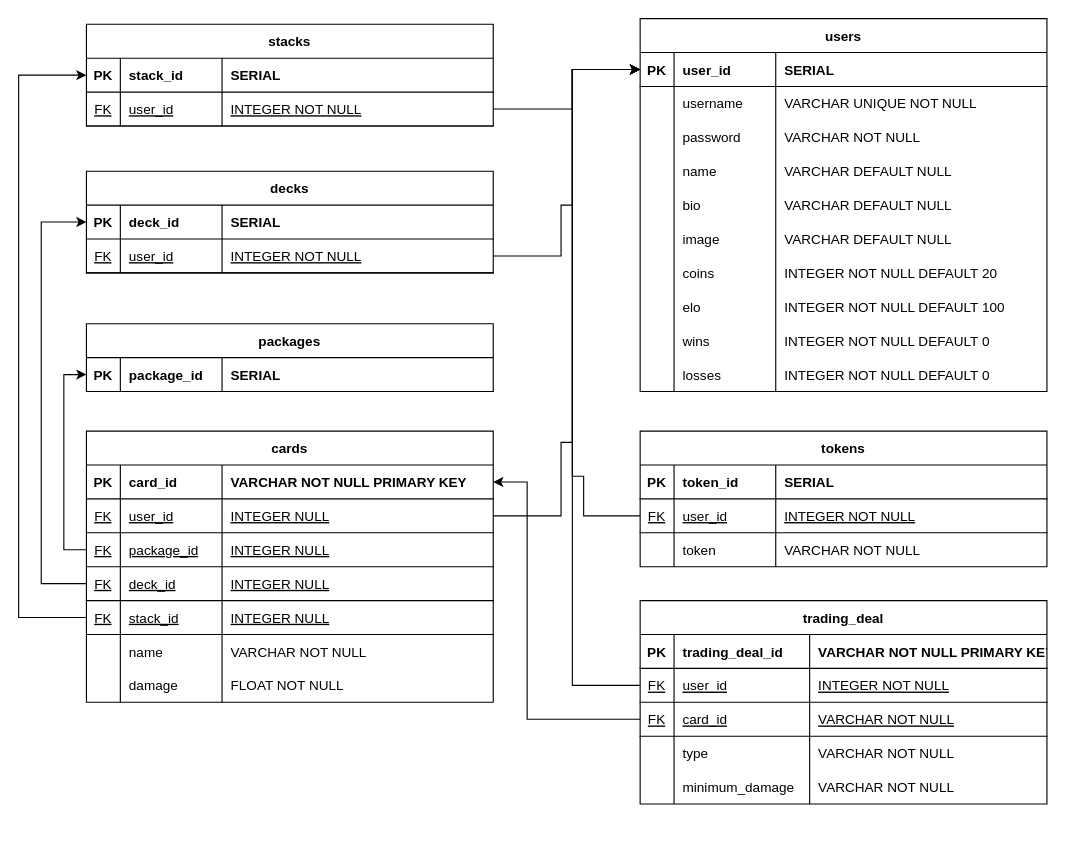
Before: database/EntityRelationshipDiagram.drawio in FelixSchuster/MonsterTradingCardGame, a draw.io diagram. Source tidied: cells renumbered, new cells numbered last; positions are measured from the earlier drawing's top-left corner, leaving out a move shared by most shapes. Both pictures are drawn from the tidied source at 113%, with x=0, y=0 at pixel (18, 18).
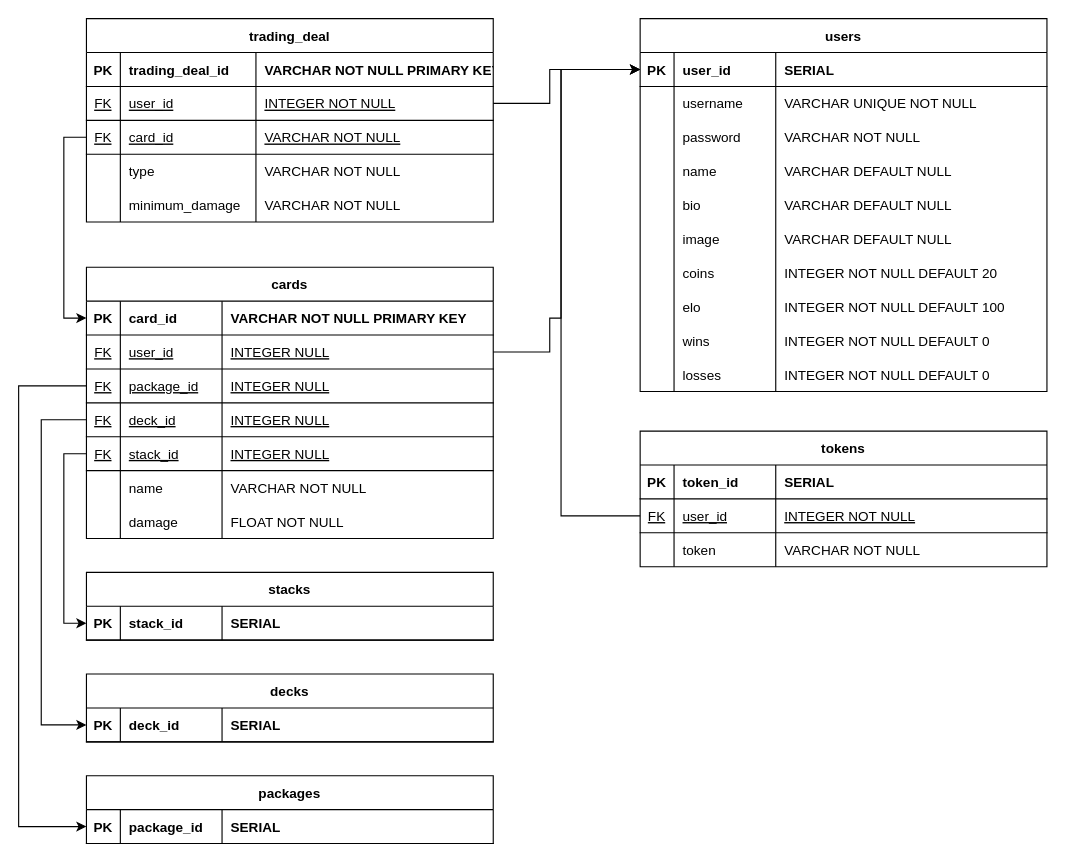
Above is the later version.

The change refers to these unchanged cells:
```xml
<mxCell id="3" style="shape=partialRectangle;fillColor=none;points=[[0,0.5],[1,0.5]];portConstraint=eastwest;top=0;left=0;right=0;bottom=1;" parent="2" vertex="1">
  <mxGeometry y="30" width="360" height="30" as="geometry" />
</mxCell>
<mxCell id="44" style="shape=partialRectangle;fillColor=none;points=[[0,0.5],[1,0.5]];portConstraint=eastwest;top=0;left=0;right=0;bottom=1;" parent="43" vertex="1">
  <mxGeometry y="30" width="360" height="30" as="geometry" />
</mxCell>
<mxCell id="48" style="shape=partialRectangle;fillColor=none;points=[[0,0.5],[1,0.5]];portConstraint=eastwest;top=0;left=0;right=0;bottom=1;" parent="43" vertex="1">
  <mxGeometry y="60" width="360" height="30" as="geometry" />
</mxCell>
<mxCell id="52" style="shape=partialRectangle;fillColor=none;points=[[0,0.5],[1,0.5]];portConstraint=eastwest;top=0;left=0;right=0;bottom=1;" parent="43" vertex="1">
  <mxGeometry y="90" width="360" height="30" as="geometry" />
</mxCell>
<mxCell id="56" style="shape=partialRectangle;fillColor=none;points=[[0,0.5],[1,0.5]];portConstraint=eastwest;top=0;left=0;right=0;bottom=1;" parent="43" vertex="1">
  <mxGeometry y="120" width="360" height="30" as="geometry" />
</mxCell>
<mxCell id="60" style="shape=partialRectangle;fillColor=none;points=[[0,0.5],[1,0.5]];portConstraint=eastwest;top=0;left=0;right=0;bottom=1;" parent="43" vertex="1">
  <mxGeometry y="150" width="360" height="30" as="geometry" />
</mxCell>
<mxCell id="73" style="shape=partialRectangle;fillColor=none;points=[[0,0.5],[1,0.5]];portConstraint=eastwest;top=0;left=0;right=0;bottom=1;" parent="72" vertex="1">
  <mxGeometry y="30" width="360" height="30" as="geometry" />
</mxCell>
<mxCell id="86" style="shape=partialRectangle;fillColor=none;points=[[0,0.5],[1,0.5]];portConstraint=eastwest;top=0;left=0;right=0;bottom=1;" parent="81" vertex="1">
  <mxGeometry y="60" width="360" height="30" as="geometry" />
</mxCell>
<mxCell id="95" style="shape=partialRectangle;fillColor=none;points=[[0,0.5],[1,0.5]];portConstraint=eastwest;top=0;left=0;right=0;bottom=1;" parent="94" vertex="1">
  <mxGeometry y="30" width="360" height="30" as="geometry" />
</mxCell>
<mxCell id="108" style="shape=partialRectangle;fillColor=none;points=[[0,0.5],[1,0.5]];portConstraint=eastwest;top=0;left=0;right=0;bottom=1;" parent="103" vertex="1">
  <mxGeometry y="60" width="360" height="30" as="geometry" />
</mxCell>
<mxCell id="112" style="shape=partialRectangle;fillColor=none;points=[[0,0.5],[1,0.5]];portConstraint=eastwest;top=0;left=0;right=0;bottom=1;" parent="103" vertex="1">
  <mxGeometry y="90" width="360" height="30" as="geometry" />
</mxCell>
<mxCell id="125" style="shape=partialRectangle;fillColor=none;points=[[0,0.5],[1,0.5]];portConstraint=eastwest;top=0;left=0;right=0;bottom=1;" parent="124" vertex="1">
  <mxGeometry y="30" width="360" height="30" as="geometry" />
</mxCell>
```

What changed in the source:
```diff
@@
     <mxCell id="43" value="cards" style="shape=table;startSize=30;childLayout=tableLayout;rowLines=0;fontStyle=1;align=center;" parent="1" vertex="1">
-      <mxGeometry x="60" y="365" width="360" height="240" as="geometry" />
+      <mxGeometry x="60" y="220" width="360" height="240" as="geometry" />
     </mxCell>
@@
     <mxCell id="72" value="stacks" style="shape=table;startSize=30;childLayout=tableLayout;rowLines=0;fontStyle=1;align=center;" parent="1" vertex="1">
-      <mxGeometry x="60" y="5" width="360" height="90" as="geometry" />
+      <mxGeometry x="60" y="490" width="360" height="60" as="geometry" />
     </mxCell>
@@
-    <mxCell id="77" style="shape=partialRectangle;fillColor=none;points=[[0,0.5],[1,0.5]];portConstraint=eastwest;top=0;left=0;right=0;bottom=1;" parent="72" vertex="1">
-      <mxGeometry y="60" width="360" height="30" as="geometry" />
-    </mxCell>
-    <mxCell id="78" value="FK" style="shape=partialRectangle;overflow=hidden;fillColor=none;top=0;left=0;bottom=0;right=0;fontStyle=4;" parent="77" vertex="1">
-      <mxGeometry width="30" height="30" as="geometry" />
-    </mxCell>
-    <mxCell id="79" value="user_id" style="shape=partialRectangle;overflow=hidden;fillColor=none;top=0;left=0;bottom=0;right=0;align=left;spacingLeft=6;fontStyle=4;" parent="77" vertex="1">
-      <mxGeometry x="30" width="90" height="30" as="geometry" />
-    </mxCell>
-    <mxCell id="80" value="INTEGER NOT NULL" style="shape=partialRectangle;overflow=hidden;fillColor=none;top=0;left=0;bottom=0;right=0;align=left;spacingLeft=6;fontStyle=4;" parent="77" vertex="1">
-      <mxGeometry x="120" width="240" height="30" as="geometry" />
-    </mxCell>
@@
     <mxCell id="94" value="decks" style="shape=table;startSize=30;childLayout=tableLayout;rowLines=0;fontStyle=1;align=center;" parent="1" vertex="1">
-      <mxGeometry x="60" y="135" width="360" height="90" as="geometry" />
+      <mxGeometry x="60" y="580" width="360" height="60" as="geometry" />
     </mxCell>
@@
-    <mxCell id="99" style="shape=partialRectangle;fillColor=none;points=[[0,0.5],[1,0.5]];portConstraint=eastwest;top=0;left=0;right=0;bottom=1;" parent="94" vertex="1">
-      <mxGeometry y="60" width="360" height="30" as="geometry" />
-    </mxCell>
-    <mxCell id="100" value="FK" style="shape=partialRectangle;overflow=hidden;fillColor=none;top=0;left=0;bottom=0;right=0;fontStyle=4;" parent="99" vertex="1">
-      <mxGeometry width="30" height="30" as="geometry" />
-    </mxCell>
-    <mxCell id="101" value="user_id" style="shape=partialRectangle;overflow=hidden;fillColor=none;top=0;left=0;bottom=0;right=0;align=left;spacingLeft=6;fontStyle=4;" parent="99" vertex="1">
-      <mxGeometry x="30" width="90" height="30" as="geometry" />
-    </mxCell>
-    <mxCell id="102" value="INTEGER NOT NULL" style="shape=partialRectangle;overflow=hidden;fillColor=none;top=0;left=0;bottom=0;right=0;align=left;spacingLeft=6;fontStyle=4;" parent="99" vertex="1">
-      <mxGeometry x="120" width="240" height="30" as="geometry" />
-    </mxCell>
     <mxCell id="103" value="trading_deal" style="shape=table;startSize=30;childLayout=tableLayout;rowLines=0;fontStyle=1;align=center;" parent="1" vertex="1">
-      <mxGeometry x="550" y="515" width="360" height="180" as="geometry" />
+      <mxGeometry x="60" width="360" height="180" as="geometry" />
     </mxCell>
@@
     <mxCell id="124" value="packages" style="shape=table;startSize=30;childLayout=tableLayout;rowLines=0;fontStyle=1;align=center;" parent="1" vertex="1">
-      <mxGeometry x="60" y="270" width="360" height="60" as="geometry" />
+      <mxGeometry x="60" y="670" width="360" height="60" as="geometry" />
     </mxCell>
@@
+    <mxCell id="136" style="edgeStyle=orthogonalEdgeStyle;rounded=0;jettySize=auto;html=1;exitX=0;exitY=0.5;exitDx=0;exitDy=0;entryX=0;entryY=0.5;entryDx=0;entryDy=0;" parent="1" edge="1" source="60" target="73">
+      <mxGeometry relative="1" as="geometry" />
+    </mxCell>
+    <mxCell id="135" style="edgeStyle=orthogonalEdgeStyle;rounded=0;jettySize=auto;html=1;exitX=0;exitY=0.5;exitDx=0;exitDy=0;entryX=0;entryY=0.5;entryDx=0;entryDy=0;" parent="1" edge="1" source="56" target="95">
+      <mxGeometry relative="1" as="geometry">
+        <Array as="points">
+          <mxPoint x="20" y="355" />
+          <mxPoint x="20" y="625" />
+        </Array>
+      </mxGeometry>
+    </mxCell>
+    <mxCell id="134" style="edgeStyle=orthogonalEdgeStyle;rounded=0;jettySize=auto;html=1;exitX=0;exitY=0.5;exitDx=0;exitDy=0;entryX=0;entryY=0.5;entryDx=0;entryDy=0;" parent="1" edge="1" source="52" target="125">
+      <mxGeometry x="-0.05" y="-40" relative="1" as="geometry">
+        <Array as="points">
+          <mxPoint y="325" />
+          <mxPoint y="715" />
+        </Array>
+      </mxGeometry>
+    </mxCell>
+    <mxCell id="133" style="edgeStyle=orthogonalEdgeStyle;rounded=0;jettySize=auto;html=1;exitX=0;exitY=0.5;exitDx=0;exitDy=0;entryX=0;entryY=0.5;entryDx=0;entryDy=0;" parent="1" edge="1" source="112" target="44">
+      <mxGeometry relative="1" as="geometry" />
+    </mxCell>
+    <mxCell id="130" style="edgeStyle=orthogonalEdgeStyle;rounded=0;jettySize=auto;html=1;exitX=1;exitY=0.5;exitDx=0;exitDy=0;entryX=0;entryY=0.5;entryDx=0;entryDy=0;" parent="1" edge="1" source="108" target="3">
+      <mxGeometry relative="1" as="geometry">
+        <Array as="points">
+          <mxPoint x="470" y="75" />
+          <mxPoint x="470" y="45" />
+        </Array>
+      </mxGeometry>
+    </mxCell>
     <mxCell id="129" style="edgeStyle=orthogonalEdgeStyle;rounded=0;jettySize=auto;html=1;exitX=0;exitY=0.5;exitDx=0;exitDy=0;entryX=0;entryY=0.5;entryDx=0;entryDy=0;" parent="1" edge="1" source="86" target="3">
       <mxGeometry relative="1" as="geometry">
         <Array as="points">
-          <mxPoint x="500" y="440" />
-          <mxPoint x="500" y="405" />
-          <mxPoint x="490" y="405" />
-          <mxPoint x="490" y="45" />
+          <mxPoint x="480" y="440" />
+          <mxPoint x="480" y="45" />
         </Array>
       </mxGeometry>
     </mxCell>
-    <mxCell id="130" style="edgeStyle=orthogonalEdgeStyle;rounded=0;jettySize=auto;html=1;exitX=0;exitY=0.5;exitDx=0;exitDy=0;entryX=0;entryY=0.5;entryDx=0;entryDy=0;" parent="1" edge="1" source="108" target="3">
-      <mxGeometry relative="1" as="geometry">
-        <Array as="points">
-          <mxPoint x="490" y="590" />
-          <mxPoint x="490" y="45" />
-        </Array>
-      </mxGeometry>
-    </mxCell>
-    <mxCell id="131" style="edgeStyle=orthogonalEdgeStyle;rounded=0;jettySize=auto;html=1;exitX=1;exitY=0.5;exitDx=0;exitDy=0;" parent="1" edge="1" source="77" target="3">
-      <mxGeometry relative="1" as="geometry">
-        <Array as="points">
-          <mxPoint x="490" y="80" />
-          <mxPoint x="490" y="45" />
-        </Array>
-      </mxGeometry>
-    </mxCell>
     <mxCell id="132" style="edgeStyle=orthogonalEdgeStyle;rounded=0;jettySize=auto;html=1;exitX=1;exitY=0.5;exitDx=0;exitDy=0;entryX=0;entryY=0.5;entryDx=0;entryDy=0;" parent="1" edge="1" source="48" target="3">
       <mxGeometry relative="1" as="geometry">
         <Array as="points">
-          <mxPoint x="480" y="440" />
-          <mxPoint x="480" y="375" />
-          <mxPoint x="490" y="375" />
-          <mxPoint x="490" y="45" />
+          <mxPoint x="470" y="295" />
+          <mxPoint x="470" y="265" />
+          <mxPoint x="480" y="265" />
+          <mxPoint x="480" y="45" />
         </Array>
       </mxGeometry>
     </mxCell>
-    <mxCell id="133" style="edgeStyle=orthogonalEdgeStyle;rounded=0;jettySize=auto;html=1;exitX=0;exitY=0.5;exitDx=0;exitDy=0;entryX=1;entryY=0.5;entryDx=0;entryDy=0;" parent="1" edge="1" source="112" target="44">
-      <mxGeometry relative="1" as="geometry">
-        <Array as="points">
-          <mxPoint x="450" y="620" />
-          <mxPoint x="450" y="410" />
-        </Array>
-      </mxGeometry>
-    </mxCell>
-    <mxCell id="134" style="edgeStyle=orthogonalEdgeStyle;rounded=0;jettySize=auto;html=1;exitX=0;exitY=0.5;exitDx=0;exitDy=0;entryX=0;entryY=0.5;entryDx=0;entryDy=0;" parent="1" edge="1" source="52" target="125">
-      <mxGeometry relative="1" as="geometry" />
-    </mxCell>
-    <mxCell id="135" style="edgeStyle=orthogonalEdgeStyle;rounded=0;jettySize=auto;html=1;exitX=0;exitY=0.5;exitDx=0;exitDy=0;entryX=0;entryY=0.5;entryDx=0;entryDy=0;" parent="1" edge="1" source="56" target="95">
-      <mxGeometry relative="1" as="geometry">
-        <Array as="points">
-          <mxPoint x="20" y="500" />
-          <mxPoint x="20" y="180" />
-        </Array>
-      </mxGeometry>
-    </mxCell>
-    <mxCell id="136" style="edgeStyle=orthogonalEdgeStyle;rounded=0;jettySize=auto;html=1;exitX=0;exitY=0.5;exitDx=0;exitDy=0;entryX=0;entryY=0.5;entryDx=0;entryDy=0;" parent="1" edge="1" source="60" target="73">
-      <mxGeometry relative="1" as="geometry">
-        <Array as="points">
-          <mxPoint y="530" />
-          <mxPoint y="50" />
-        </Array>
-      </mxGeometry>
-    </mxCell>
-    <mxCell id="137" style="edgeStyle=orthogonalEdgeStyle;rounded=0;jettySize=auto;html=1;exitX=1;exitY=0.5;exitDx=0;exitDy=0;entryX=0;entryY=0.5;entryDx=0;entryDy=0;" parent="1" edge="1" source="99" target="3">
-      <mxGeometry relative="1" as="geometry">
-        <Array as="points">
-          <mxPoint x="480" y="210" />
-          <mxPoint x="480" y="165" />
-          <mxPoint x="490" y="165" />
-          <mxPoint x="490" y="45" />
-        </Array>
-      </mxGeometry>
-    </mxCell>
```
